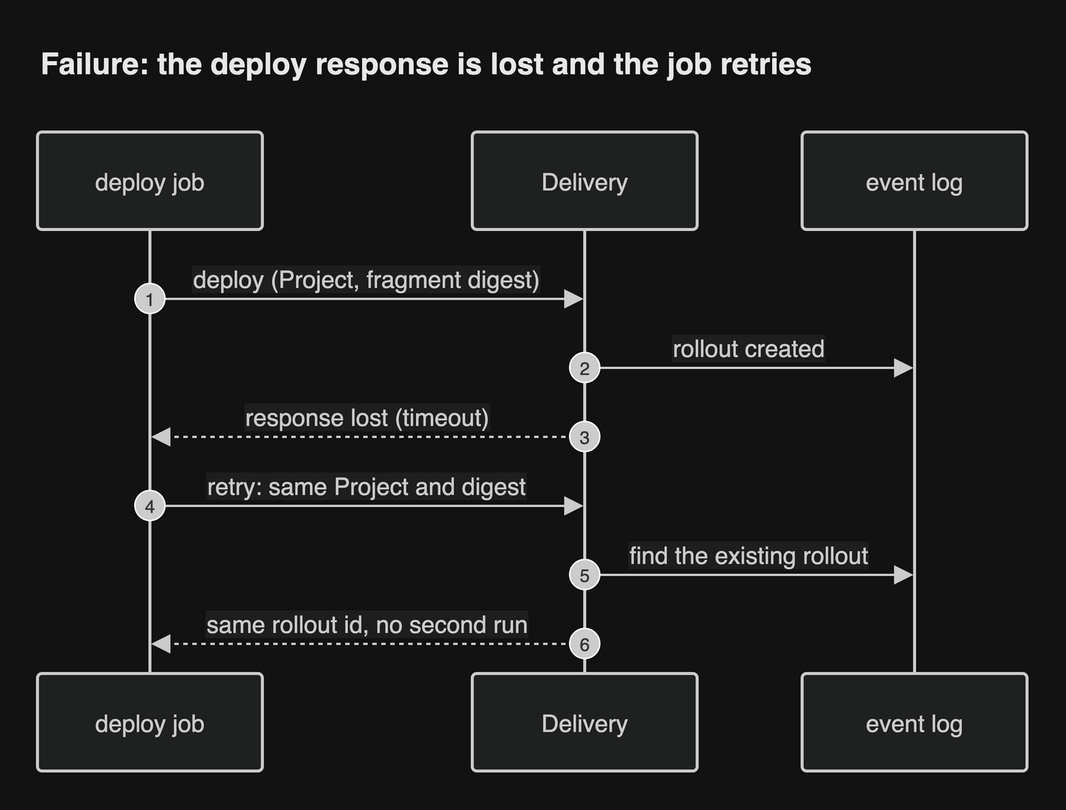
JorisJonkers-dev/estate-kit keeps this draw.io diagram as docs/diagrams/png/seq-fail-retry.png. Above is the earlier version. Source tidied: cells renumbered, new cells last; positions are measured from the earlier drawing's top-left corner, leaving out a move shared by most shapes. The source it was exported from:
```xml
<mxGraphModel>
  <root>
    <mxCell id="0" />
    <mxCell id="1" parent="0" />
    <mxCell id="2" value="deploy job" style="html=1;shape=umlLifeline;perimeter=lifelinePerimeter;whiteSpace=wrap;outlineConnect=0;portConstraint=eastwest;newEdgeStyle={&quot;edgeStyle&quot;:&quot;sequenceEdgeStyle&quot;,&quot;libavoidRouting&quot;:0,&quot;curved&quot;:0,&quot;rounded&quot;:0};lifelineDashed=0;strokeWidth=2;rounded=1;absoluteArcSize=1;arcSize=6;lifelineColor=light-dark(#9370DB,#cccccc);size=65;lifelineMirror=1;fillColor=light-dark(#ECECFF,#1f2020);strokeColor=light-dark(#9370DB,#cccccc);fontColor=light-dark(#333333,#cccccc);fontSize=16;fontFamily=Helvetica;" parent="1" vertex="1">
      <mxGeometry y="64" width="150" height="426" as="geometry" />
    </mxCell>
    <mxCell id="3" value="Delivery" style="html=1;shape=umlLifeline;perimeter=lifelinePerimeter;whiteSpace=wrap;outlineConnect=0;portConstraint=eastwest;newEdgeStyle={&quot;edgeStyle&quot;:&quot;sequenceEdgeStyle&quot;,&quot;libavoidRouting&quot;:0,&quot;curved&quot;:0,&quot;rounded&quot;:0};lifelineDashed=0;strokeWidth=2;rounded=1;absoluteArcSize=1;arcSize=6;lifelineColor=light-dark(#9370DB,#cccccc);size=65;lifelineMirror=1;fillColor=light-dark(#ECECFF,#1f2020);strokeColor=light-dark(#9370DB,#cccccc);fontColor=light-dark(#333333,#cccccc);fontSize=16;fontFamily=Helvetica;" parent="1" vertex="1">
      <mxGeometry x="290" y="64" width="150" height="426" as="geometry" />
    </mxCell>
    <mxCell id="4" value="event log" style="html=1;shape=umlLifeline;perimeter=lifelinePerimeter;whiteSpace=wrap;outlineConnect=0;portConstraint=eastwest;newEdgeStyle={&quot;edgeStyle&quot;:&quot;sequenceEdgeStyle&quot;,&quot;libavoidRouting&quot;:0,&quot;curved&quot;:0,&quot;rounded&quot;:0};lifelineDashed=0;strokeWidth=2;rounded=1;absoluteArcSize=1;arcSize=6;lifelineColor=light-dark(#9370DB,#cccccc);size=65;lifelineMirror=1;fillColor=light-dark(#ECECFF,#1f2020);strokeColor=light-dark(#9370DB,#cccccc);fontColor=light-dark(#333333,#cccccc);fontSize=16;fontFamily=Helvetica;" parent="1" vertex="1">
      <mxGeometry x="510" y="64" width="150" height="426" as="geometry" />
    </mxCell>
    <mxCell id="5" value="deploy (Project, fragment digest)" style="endArrow=block;endSize=9;verticalAlign=bottom;spacingBottom=2;edgeStyle=sequenceEdgeStyle;libavoidRouting=0;curved=0;rounded=0;fontSize=16;strokeWidth=1.5;strokeColor=light-dark(#333333,#cccccc);fontColor=light-dark(#333333,#cccccc);fontFamily=Helvetica;labelBackgroundColor=light-dark(#ffffff,#1e1e1e);" parent="1" edge="1" source="2" target="3">
      <mxGeometry relative="1" as="geometry">
        <Array as="points">
          <mxPoint x="220" y="175" />
        </Array>
      </mxGeometry>
    </mxCell>
    <mxCell id="6" value="1" style="ellipse;fillColor=light-dark(#333333,#cccccc);align=center;verticalAlign=middle;fontColor=light-dark(#FFFFFF,#333333);fontSize=12;fontFamily=Helvetica;" parent="1" vertex="1">
      <mxGeometry x="65" y="165" width="20" height="20" as="geometry" />
    </mxCell>
    <mxCell id="7" value="rollout created" style="endArrow=block;endSize=9;verticalAlign=bottom;spacingBottom=2;edgeStyle=sequenceEdgeStyle;libavoidRouting=0;curved=0;rounded=0;fontSize=16;strokeWidth=1.5;strokeColor=light-dark(#333333,#cccccc);fontColor=light-dark(#333333,#cccccc);fontFamily=Helvetica;labelBackgroundColor=light-dark(#ffffff,#1e1e1e);" parent="1" edge="1" source="3" target="4">
      <mxGeometry relative="1" as="geometry">
        <Array as="points">
          <mxPoint x="475" y="221" />
        </Array>
      </mxGeometry>
    </mxCell>
    <mxCell id="8" value="2" style="ellipse;fillColor=light-dark(#333333,#cccccc);align=center;verticalAlign=middle;fontColor=light-dark(#FFFFFF,#333333);fontSize=12;fontFamily=Helvetica;" parent="1" vertex="1">
      <mxGeometry x="355" y="211" width="20" height="20" as="geometry" />
    </mxCell>
    <mxCell id="9" value="response lost (timeout)" style="dashed=1;fixDash=1;dashPattern=3 3;endArrow=block;endSize=9;verticalAlign=bottom;spacingBottom=2;edgeStyle=sequenceEdgeStyle;libavoidRouting=0;curved=0;rounded=0;fontSize=16;strokeWidth=1.5;strokeColor=light-dark(#333333,#cccccc);fontColor=light-dark(#333333,#cccccc);fontFamily=Helvetica;labelBackgroundColor=light-dark(#ffffff,#1e1e1e);" parent="1" edge="1" source="3" target="2">
      <mxGeometry relative="1" as="geometry">
        <Array as="points">
          <mxPoint x="220" y="267" />
        </Array>
      </mxGeometry>
    </mxCell>
    <mxCell id="10" value="3" style="ellipse;fillColor=light-dark(#333333,#cccccc);align=center;verticalAlign=middle;fontColor=light-dark(#FFFFFF,#333333);fontSize=12;fontFamily=Helvetica;" parent="1" vertex="1">
      <mxGeometry x="355" y="257" width="20" height="20" as="geometry" />
    </mxCell>
    <mxCell id="11" value="retry: same Project and digest" style="endArrow=block;endSize=9;verticalAlign=bottom;spacingBottom=2;edgeStyle=sequenceEdgeStyle;libavoidRouting=0;curved=0;rounded=0;fontSize=16;strokeWidth=1.5;strokeColor=light-dark(#333333,#cccccc);fontColor=light-dark(#333333,#cccccc);fontFamily=Helvetica;labelBackgroundColor=light-dark(#ffffff,#1e1e1e);" parent="1" edge="1" source="2" target="3">
      <mxGeometry relative="1" as="geometry">
        <Array as="points">
          <mxPoint x="220" y="313" />
        </Array>
      </mxGeometry>
    </mxCell>
    <mxCell id="12" value="4" style="ellipse;fillColor=light-dark(#333333,#cccccc);align=center;verticalAlign=middle;fontColor=light-dark(#FFFFFF,#333333);fontSize=12;fontFamily=Helvetica;" parent="1" vertex="1">
      <mxGeometry x="65" y="303" width="20" height="20" as="geometry" />
    </mxCell>
    <mxCell id="13" value="find the existing rollout" style="endArrow=block;endSize=9;verticalAlign=bottom;spacingBottom=2;edgeStyle=sequenceEdgeStyle;libavoidRouting=0;curved=0;rounded=0;fontSize=16;strokeWidth=1.5;strokeColor=light-dark(#333333,#cccccc);fontColor=light-dark(#333333,#cccccc);fontFamily=Helvetica;labelBackgroundColor=light-dark(#ffffff,#1e1e1e);" parent="1" edge="1" source="3" target="4">
      <mxGeometry relative="1" as="geometry">
        <Array as="points">
          <mxPoint x="475" y="359" />
        </Array>
      </mxGeometry>
    </mxCell>
    <mxCell id="14" value="5" style="ellipse;fillColor=light-dark(#333333,#cccccc);align=center;verticalAlign=middle;fontColor=light-dark(#FFFFFF,#333333);fontSize=12;fontFamily=Helvetica;" parent="1" vertex="1">
      <mxGeometry x="355" y="349" width="20" height="20" as="geometry" />
    </mxCell>
    <mxCell id="15" value="same rollout id, no second run" style="dashed=1;fixDash=1;dashPattern=3 3;endArrow=block;endSize=9;verticalAlign=bottom;spacingBottom=2;edgeStyle=sequenceEdgeStyle;libavoidRouting=0;curved=0;rounded=0;fontSize=16;strokeWidth=1.5;strokeColor=light-dark(#333333,#cccccc);fontColor=light-dark(#333333,#cccccc);fontFamily=Helvetica;labelBackgroundColor=light-dark(#ffffff,#1e1e1e);" parent="1" edge="1" source="3" target="2">
      <mxGeometry relative="1" as="geometry">
        <Array as="points">
          <mxPoint x="220" y="405" />
        </Array>
      </mxGeometry>
    </mxCell>
    <mxCell id="16" value="6" style="ellipse;fillColor=light-dark(#333333,#cccccc);align=center;verticalAlign=middle;fontColor=light-dark(#FFFFFF,#333333);fontSize=12;fontFamily=Helvetica;" parent="1" vertex="1">
      <mxGeometry x="355" y="395" width="20" height="20" as="geometry" />
    </mxCell>
    <mxCell id="17" value="Failure: the deploy response is lost and the job retries" style="text;html=1;whiteSpace=wrap;align=left;verticalAlign=middle;fontSize=20;fontStyle=1;fontColor=light-dark(#1a1a1a,#e8e8e8);fontFamily=Helvetica;" parent="1" vertex="1">
      <mxGeometry width="660" height="36" as="geometry" />
    </mxCell>
  </root>
</mxGraphModel>
```
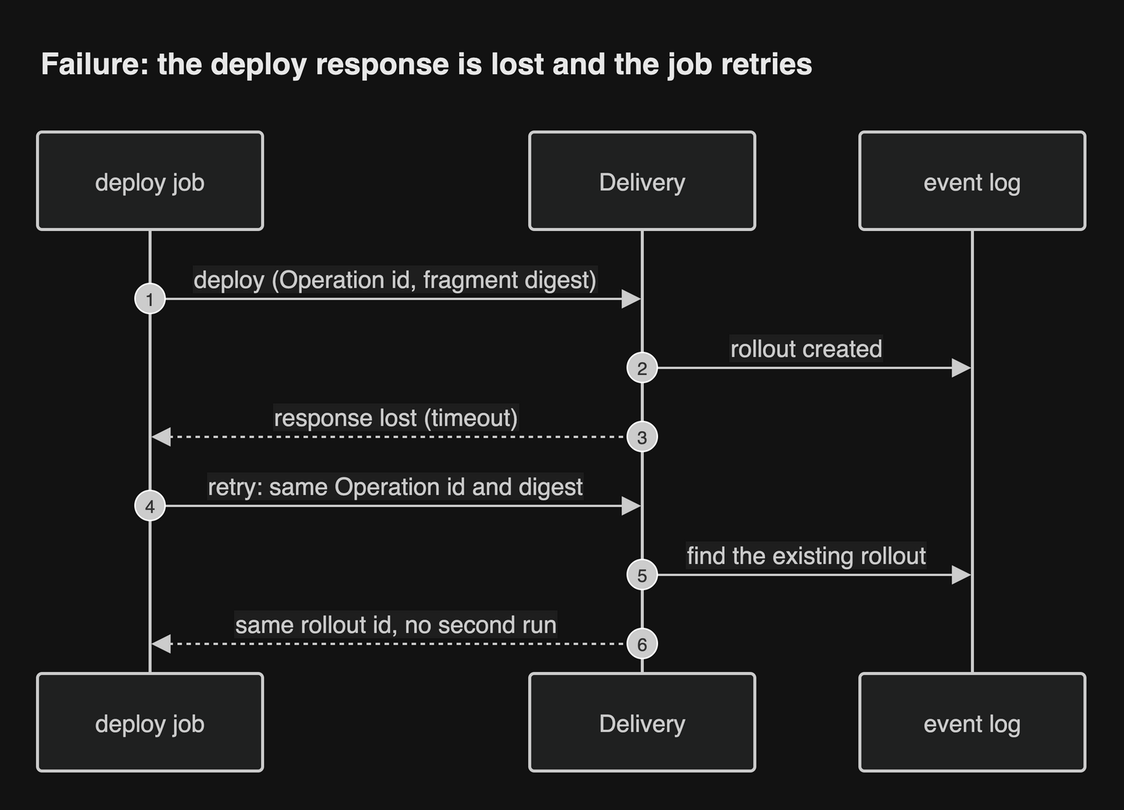
The same file after the commit.

What changed in the source:
```diff
@@ -3,7 +3,7 @@
     <mxCell id="0" />
     <mxCell id="1" parent="0" />
     <mxCell id="2" value="deploy job" style="html=1;shape=umlLifeline;perimeter=lifelinePerimeter;whiteSpace=wrap;outlineConnect=0;portConstraint=eastwest;newEdgeStyle={&quot;edgeStyle&quot;:&quot;sequenceEdgeStyle&quot;,&quot;libavoidRouting&quot;:0,&quot;curved&quot;:0,&quot;rounded&quot;:0};lifelineDashed=0;strokeWidth=2;rounded=1;absoluteArcSize=1;arcSize=6;lifelineColor=light-dark(#9370DB,#cccccc);size=65;lifelineMirror=1;fillColor=light-dark(#ECECFF,#1f2020);strokeColor=light-dark(#9370DB,#cccccc);fontColor=light-dark(#333333,#cccccc);fontSize=16;fontFamily=Helvetica;" parent="1" vertex="1">
-      <mxGeometry y="64" width="150" height="426" as="geometry" />
+      <mxGeometry x="-38" y="64" width="150" height="426" as="geometry" />
     </mxCell>
     <mxCell id="3" value="Delivery" style="html=1;shape=umlLifeline;perimeter=lifelinePerimeter;whiteSpace=wrap;outlineConnect=0;portConstraint=eastwest;newEdgeStyle={&quot;edgeStyle&quot;:&quot;sequenceEdgeStyle&quot;,&quot;libavoidRouting&quot;:0,&quot;curved&quot;:0,&quot;rounded&quot;:0};lifelineDashed=0;strokeWidth=2;rounded=1;absoluteArcSize=1;arcSize=6;lifelineColor=light-dark(#9370DB,#cccccc);size=65;lifelineMirror=1;fillColor=light-dark(#ECECFF,#1f2020);strokeColor=light-dark(#9370DB,#cccccc);fontColor=light-dark(#333333,#cccccc);fontSize=16;fontFamily=Helvetica;" parent="1" vertex="1">
       <mxGeometry x="290" y="64" width="150" height="426" as="geometry" />
@@ -11,15 +11,15 @@
     <mxCell id="4" value="event log" style="html=1;shape=umlLifeline;perimeter=lifelinePerimeter;whiteSpace=wrap;outlineConnect=0;portConstraint=eastwest;newEdgeStyle={&quot;edgeStyle&quot;:&quot;sequenceEdgeStyle&quot;,&quot;libavoidRouting&quot;:0,&quot;curved&quot;:0,&quot;rounded&quot;:0};lifelineDashed=0;strokeWidth=2;rounded=1;absoluteArcSize=1;arcSize=6;lifelineColor=light-dark(#9370DB,#cccccc);size=65;lifelineMirror=1;fillColor=light-dark(#ECECFF,#1f2020);strokeColor=light-dark(#9370DB,#cccccc);fontColor=light-dark(#333333,#cccccc);fontSize=16;fontFamily=Helvetica;" parent="1" vertex="1">
       <mxGeometry x="510" y="64" width="150" height="426" as="geometry" />
     </mxCell>
-    <mxCell id="5" value="deploy (Project, fragment digest)" style="endArrow=block;endSize=9;verticalAlign=bottom;spacingBottom=2;edgeStyle=sequenceEdgeStyle;libavoidRouting=0;curved=0;rounded=0;fontSize=16;strokeWidth=1.5;strokeColor=light-dark(#333333,#cccccc);fontColor=light-dark(#333333,#cccccc);fontFamily=Helvetica;labelBackgroundColor=light-dark(#ffffff,#1e1e1e);" parent="1" edge="1" source="2" target="3">
+    <mxCell id="5" value="deploy (Operation id, fragment digest)" style="endArrow=block;endSize=9;verticalAlign=bottom;spacingBottom=2;edgeStyle=sequenceEdgeStyle;libavoidRouting=0;curved=0;rounded=0;fontSize=16;strokeWidth=1.5;strokeColor=light-dark(#333333,#cccccc);fontColor=light-dark(#333333,#cccccc);fontFamily=Helvetica;labelBackgroundColor=light-dark(#ffffff,#1e1e1e);" parent="1" edge="1" source="2" target="3">
       <mxGeometry relative="1" as="geometry">
         <Array as="points">
-          <mxPoint x="220" y="175" />
+          <mxPoint x="201" y="175" />
         </Array>
       </mxGeometry>
     </mxCell>
     <mxCell id="6" value="1" style="ellipse;fillColor=light-dark(#333333,#cccccc);align=center;verticalAlign=middle;fontColor=light-dark(#FFFFFF,#333333);fontSize=12;fontFamily=Helvetica;" parent="1" vertex="1">
-      <mxGeometry x="65" y="165" width="20" height="20" as="geometry" />
+      <mxGeometry x="27" y="165" width="20" height="20" as="geometry" />
     </mxCell>
     <mxCell id="7" value="rollout created" style="endArrow=block;endSize=9;verticalAlign=bottom;spacingBottom=2;edgeStyle=sequenceEdgeStyle;libavoidRouting=0;curved=0;rounded=0;fontSize=16;strokeWidth=1.5;strokeColor=light-dark(#333333,#cccccc);fontColor=light-dark(#333333,#cccccc);fontFamily=Helvetica;labelBackgroundColor=light-dark(#ffffff,#1e1e1e);" parent="1" edge="1" source="3" target="4">
       <mxGeometry relative="1" as="geometry">
@@ -34,22 +34,22 @@
     <mxCell id="9" value="response lost (timeout)" style="dashed=1;fixDash=1;dashPattern=3 3;endArrow=block;endSize=9;verticalAlign=bottom;spacingBottom=2;edgeStyle=sequenceEdgeStyle;libavoidRouting=0;curved=0;rounded=0;fontSize=16;strokeWidth=1.5;strokeColor=light-dark(#333333,#cccccc);fontColor=light-dark(#333333,#cccccc);fontFamily=Helvetica;labelBackgroundColor=light-dark(#ffffff,#1e1e1e);" parent="1" edge="1" source="3" target="2">
       <mxGeometry relative="1" as="geometry">
         <Array as="points">
-          <mxPoint x="220" y="267" />
+          <mxPoint x="201" y="267" />
         </Array>
       </mxGeometry>
     </mxCell>
     <mxCell id="10" value="3" style="ellipse;fillColor=light-dark(#333333,#cccccc);align=center;verticalAlign=middle;fontColor=light-dark(#FFFFFF,#333333);fontSize=12;fontFamily=Helvetica;" parent="1" vertex="1">
       <mxGeometry x="355" y="257" width="20" height="20" as="geometry" />
     </mxCell>
-    <mxCell id="11" value="retry: same Project and digest" style="endArrow=block;endSize=9;verticalAlign=bottom;spacingBottom=2;edgeStyle=sequenceEdgeStyle;libavoidRouting=0;curved=0;rounded=0;fontSize=16;strokeWidth=1.5;strokeColor=light-dark(#333333,#cccccc);fontColor=light-dark(#333333,#cccccc);fontFamily=Helvetica;labelBackgroundColor=light-dark(#ffffff,#1e1e1e);" parent="1" edge="1" source="2" target="3">
+    <mxCell id="11" value="retry: same Operation id and digest" style="endArrow=block;endSize=9;verticalAlign=bottom;spacingBottom=2;edgeStyle=sequenceEdgeStyle;libavoidRouting=0;curved=0;rounded=0;fontSize=16;strokeWidth=1.5;strokeColor=light-dark(#333333,#cccccc);fontColor=light-dark(#333333,#cccccc);fontFamily=Helvetica;labelBackgroundColor=light-dark(#ffffff,#1e1e1e);" parent="1" edge="1" source="2" target="3">
       <mxGeometry relative="1" as="geometry">
         <Array as="points">
-          <mxPoint x="220" y="313" />
+          <mxPoint x="201" y="313" />
         </Array>
       </mxGeometry>
     </mxCell>
     <mxCell id="12" value="4" style="ellipse;fillColor=light-dark(#333333,#cccccc);align=center;verticalAlign=middle;fontColor=light-dark(#FFFFFF,#333333);fontSize=12;fontFamily=Helvetica;" parent="1" vertex="1">
-      <mxGeometry x="65" y="303" width="20" height="20" as="geometry" />
+      <mxGeometry x="27" y="303" width="20" height="20" as="geometry" />
     </mxCell>
     <mxCell id="13" value="find the existing rollout" style="endArrow=block;endSize=9;verticalAlign=bottom;spacingBottom=2;edgeStyle=sequenceEdgeStyle;libavoidRouting=0;curved=0;rounded=0;fontSize=16;strokeWidth=1.5;strokeColor=light-dark(#333333,#cccccc);fontColor=light-dark(#333333,#cccccc);fontFamily=Helvetica;labelBackgroundColor=light-dark(#ffffff,#1e1e1e);" parent="1" edge="1" source="3" target="4">
       <mxGeometry relative="1" as="geometry">
@@ -64,7 +64,7 @@
     <mxCell id="15" value="same rollout id, no second run" style="dashed=1;fixDash=1;dashPattern=3 3;endArrow=block;endSize=9;verticalAlign=bottom;spacingBottom=2;edgeStyle=sequenceEdgeStyle;libavoidRouting=0;curved=0;rounded=0;fontSize=16;strokeWidth=1.5;strokeColor=light-dark(#333333,#cccccc);fontColor=light-dark(#333333,#cccccc);fontFamily=Helvetica;labelBackgroundColor=light-dark(#ffffff,#1e1e1e);" parent="1" edge="1" source="3" target="2">
       <mxGeometry relative="1" as="geometry">
         <Array as="points">
-          <mxPoint x="220" y="405" />
+          <mxPoint x="201" y="405" />
         </Array>
       </mxGeometry>
     </mxCell>
@@ -72,7 +72,7 @@
       <mxGeometry x="355" y="395" width="20" height="20" as="geometry" />
     </mxCell>
     <mxCell id="17" value="Failure: the deploy response is lost and the job retries" style="text;html=1;whiteSpace=wrap;align=left;verticalAlign=middle;fontSize=20;fontStyle=1;fontColor=light-dark(#1a1a1a,#e8e8e8);fontFamily=Helvetica;" parent="1" vertex="1">
-      <mxGeometry width="660" height="36" as="geometry" />
+      <mxGeometry x="-38" width="698" height="36" as="geometry" />
     </mxCell>
   </root>
 </mxGraphModel>
```
